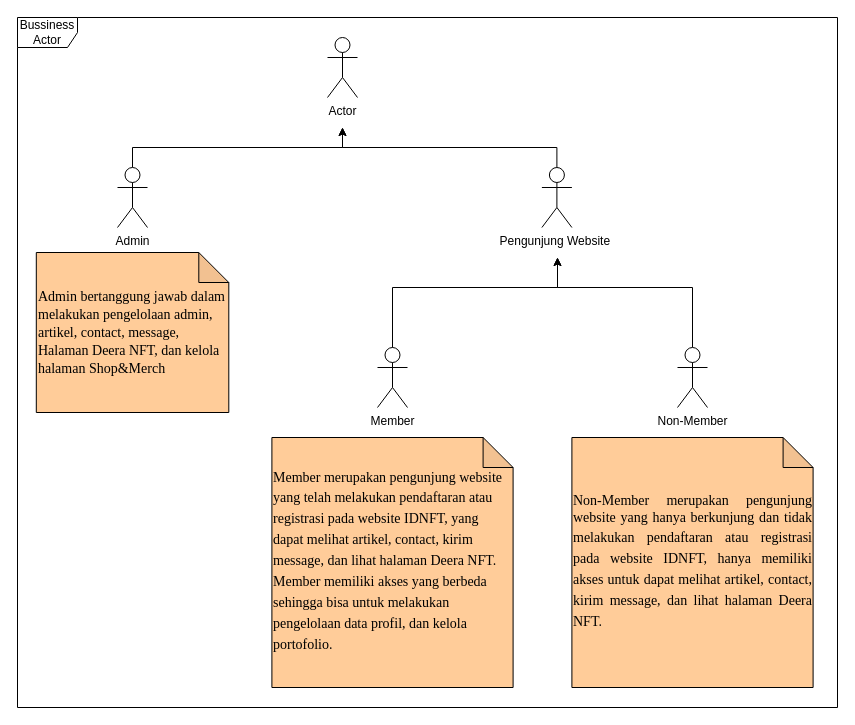
The draw.io diagram LAPORAN AKHIR/Diagram/Bussiness n Actor Diagram/UC Aktor.drawio in AjiBegawan/KP_2021, before the edit. Source tidied: cells renumbered, new cells numbered last; positions are measured from the earlier drawing's top-left corner, leaving out a move shared by most shapes. Both pictures are drawn from the tidied source at 100%, with x=0, y=0 at pixel (17, 17).
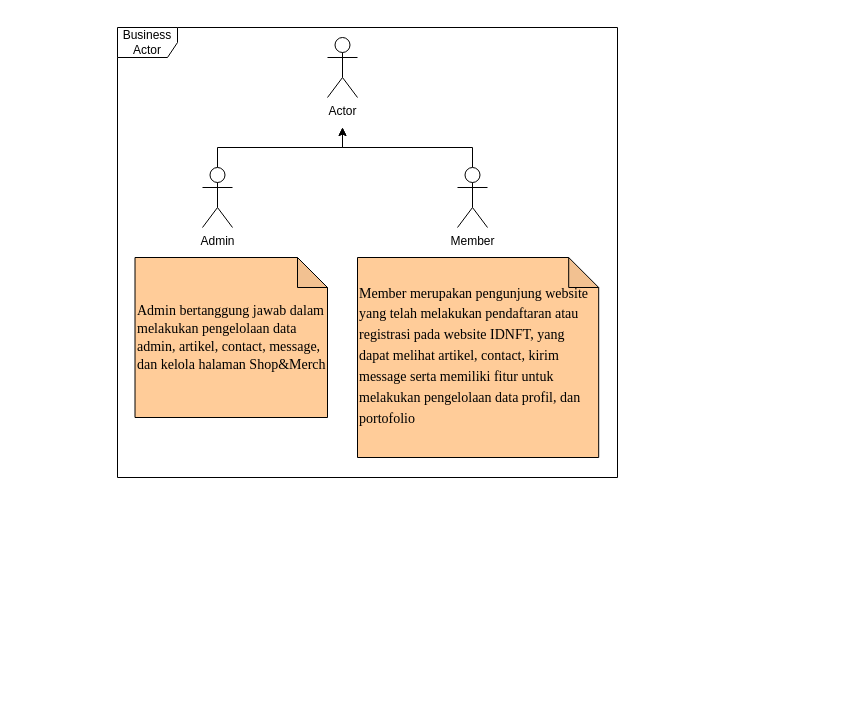
The same diagram, later.

Change to the diagram source:
```diff
@@
-    <mxCell id="3" style="edgeStyle=orthogonalEdgeStyle;rounded=0;jettySize=auto;html=1;exitX=0.5;exitY=0;exitDx=0;exitDy=0;exitPerimeter=0;" parent="1" edge="1" source="4">
+    <mxCell id="3" style="edgeStyle=orthogonalEdgeStyle;rounded=0;jettySize=auto;html=1;exitX=0.5;exitY=0;exitDx=0;exitDy=0;exitPerimeter=0;" parent="1" edge="1" source="11">
       <mxGeometry relative="1" as="geometry">
         <mxPoint x="325" y="110" as="targetPoint" />
         <Array as="points">
-          <mxPoint x="539" y="130" />
+          <mxPoint x="455" y="130" />
           <mxPoint x="325" y="130" />
         </Array>
       </mxGeometry>
     </mxCell>
-    <mxCell id="4" value="Pengunjung Website&amp;nbsp;" style="shape=umlActor;verticalLabelPosition=bottom;labelBackgroundColor=#ffffff;verticalAlign=top;html=1;outlineConnect=0;" parent="1" vertex="1">
-      <mxGeometry x="524.4" y="150" width="30" height="60" as="geometry" />
-    </mxCell>
     <mxCell id="5" style="edgeStyle=orthogonalEdgeStyle;rounded=0;jettySize=auto;html=1;exitX=0.5;exitY=0;exitDx=0;exitDy=0;exitPerimeter=0;" parent="1" edge="1" source="6">
       <mxGeometry relative="1" as="geometry">
         <mxPoint x="325" y="110" as="targetPoint" />
         <Array as="points">
-          <mxPoint x="115" y="130" />
+          <mxPoint x="200" y="150" />
+          <mxPoint x="200" y="130" />
           <mxPoint x="325" y="130" />
         </Array>
       </mxGeometry>
     </mxCell>
     <mxCell id="6" value="Admin" style="shape=umlActor;verticalLabelPosition=bottom;labelBackgroundColor=#ffffff;verticalAlign=top;html=1;outlineConnect=0;" parent="1" vertex="1">
-      <mxGeometry x="100" y="150" width="30" height="60" as="geometry" />
+      <mxGeometry x="185" y="150" width="30" height="60" as="geometry" />
     </mxCell>
-    <mxCell id="7" value="&lt;span style=&quot;line-height: 150% ; font-family: &amp;#34;times new roman&amp;#34; , serif&quot;&gt;&lt;font style=&quot;font-size: 14px&quot;&gt;Admin bertanggung jawab dalam melakukan pengelolaan admin, artikel, contact, message, Halaman Deera NFT, dan kelola halaman Shop&amp;amp;Merch&lt;/font&gt;&lt;/span&gt;" style="shape=note;whiteSpace=wrap;html=1;backgroundOutline=1;darkOpacity=0.05;align=left;fillColor=#FFCC99;" parent="1" vertex="1">
-      <mxGeometry x="18.8" y="235" width="192.5" height="160" as="geometry" />
+    <mxCell id="7" value="&lt;span style=&quot;line-height: 150% ; font-family: &amp;#34;times new roman&amp;#34; , serif&quot;&gt;&lt;font style=&quot;font-size: 14px&quot;&gt;Admin bertanggung jawab dalam melakukan pengelolaan data admin, artikel, contact, message, dan kelola halaman Shop&amp;amp;Merch&lt;/font&gt;&lt;/span&gt;" style="shape=note;whiteSpace=wrap;html=1;backgroundOutline=1;darkOpacity=0.05;align=left;fillColor=#FFCC99;" parent="1" vertex="1">
+      <mxGeometry x="117.5" y="240" width="192.5" height="160" as="geometry" />
     </mxCell>
-    <mxCell id="8" value="&lt;font face=&quot;Times New Roman&quot; style=&quot;font-size: 14px&quot;&gt;Member merupakan pengunjung website yang telah melakukan&amp;nbsp;&lt;span style=&quot;line-height: 150%&quot;&gt;pendaftaran atau registrasi pada website IDNFT, yang dapat melihat artikel, contact, kirim message, dan lihat halaman Deera NFT. Member memiliki akses yang berbeda sehingga bisa untuk melakukan pengelolaan data profil, dan kelola portofolio.&lt;br&gt;&lt;/span&gt;&lt;/font&gt;" style="shape=note;whiteSpace=wrap;html=1;backgroundOutline=1;darkOpacity=0.05;align=left;fillColor=#FFCC99;" parent="1" vertex="1">
-      <mxGeometry x="254.4" y="420" width="241.2" height="250" as="geometry" />
+    <mxCell id="8" value="&lt;font face=&quot;Times New Roman&quot; style=&quot;font-size: 14px&quot;&gt;Member merupakan pengunjung website yang telah melakukan&amp;nbsp;&lt;span style=&quot;line-height: 150%&quot;&gt;pendaftaran atau registrasi pada website IDNFT, yang dapat melihat artikel, contact, kirim message serta memiliki fitur untuk melakukan pengelolaan data profil, dan&amp;nbsp; portofolio&lt;br&gt;&lt;/span&gt;&lt;/font&gt;" style="shape=note;whiteSpace=wrap;html=1;backgroundOutline=1;darkOpacity=0.05;align=left;fillColor=#FFCC99;" parent="1" vertex="1">
+      <mxGeometry x="340" y="240" width="241.2" height="200" as="geometry" />
     </mxCell>
-    <mxCell id="9" style="edgeStyle=orthogonalEdgeStyle;rounded=0;jettySize=auto;html=1;exitX=0.5;exitY=0;exitDx=0;exitDy=0;exitPerimeter=0;" parent="1" edge="1" source="10">
-      <mxGeometry relative="1" as="geometry">
-        <mxPoint x="540" y="240" as="targetPoint" />
-        <Array as="points">
-          <mxPoint x="675" y="270" />
-          <mxPoint x="540" y="270" />
-        </Array>
-      </mxGeometry>
-    </mxCell>
-    <mxCell id="10" value="Non-Member" style="shape=umlActor;verticalLabelPosition=bottom;labelBackgroundColor=#ffffff;verticalAlign=top;html=1;outlineConnect=0;" parent="1" vertex="1">
-      <mxGeometry x="660" y="330" width="30" height="60" as="geometry" />
-    </mxCell>
     <mxCell id="11" value="Member" style="shape=umlActor;verticalLabelPosition=bottom;labelBackgroundColor=#ffffff;verticalAlign=top;html=1;outlineConnect=0;" parent="1" vertex="1">
-      <mxGeometry x="360" y="330" width="30" height="60" as="geometry" />
+      <mxGeometry x="440" y="150" width="30" height="60" as="geometry" />
     </mxCell>
-    <mxCell id="12" style="edgeStyle=orthogonalEdgeStyle;rounded=0;jettySize=auto;html=1;exitX=0.5;exitY=0;exitDx=0;exitDy=0;exitPerimeter=0;" parent="1" edge="1" source="11">
-      <mxGeometry relative="1" as="geometry">
-        <mxPoint x="540" y="240" as="targetPoint" />
-        <Array as="points">
-          <mxPoint x="375" y="270" />
-          <mxPoint x="540" y="270" />
-        </Array>
-      </mxGeometry>
-    </mxCell>
-    <mxCell id="13" value="&lt;div style=&quot;text-align: justify&quot;&gt;&lt;span style=&quot;font-size: 14px ; font-family: &amp;#34;times new roman&amp;#34;&quot;&gt;Non-Member merupakan pengunjung website yang hanya berkunjung dan tidak melakukan&amp;nbsp;&lt;/span&gt;&lt;span style=&quot;font-size: 14px ; font-family: &amp;#34;times new roman&amp;#34; ; line-height: 150%&quot;&gt;pendaftaran atau registrasi pada website IDNFT, hanya memiliki akses untuk dapat melihat artikel, contact, kirim message, dan lihat halaman Deera NFT.&lt;/span&gt;&lt;/div&gt;" style="shape=note;whiteSpace=wrap;html=1;backgroundOutline=1;darkOpacity=0.05;align=left;fillColor=#FFCC99;" parent="1" vertex="1">
-      <mxGeometry x="554.4" y="420" width="241.2" height="250" as="geometry" />
-    </mxCell>
-    <mxCell id="14" value="Bussiness&lt;br&gt;Actor" style="shape=umlFrame;whiteSpace=wrap;html=1;" parent="1" vertex="1">
-      <mxGeometry width="820" height="690" as="geometry" />
-    </mxCell>
+    <mxCell id="15" value="Business Actor" style="shape=umlFrame;whiteSpace=wrap;html=1;" parent="1" vertex="1">
+      <mxGeometry x="100" y="10" width="500" height="450" as="geometry" />
+    </mxCell>
```
